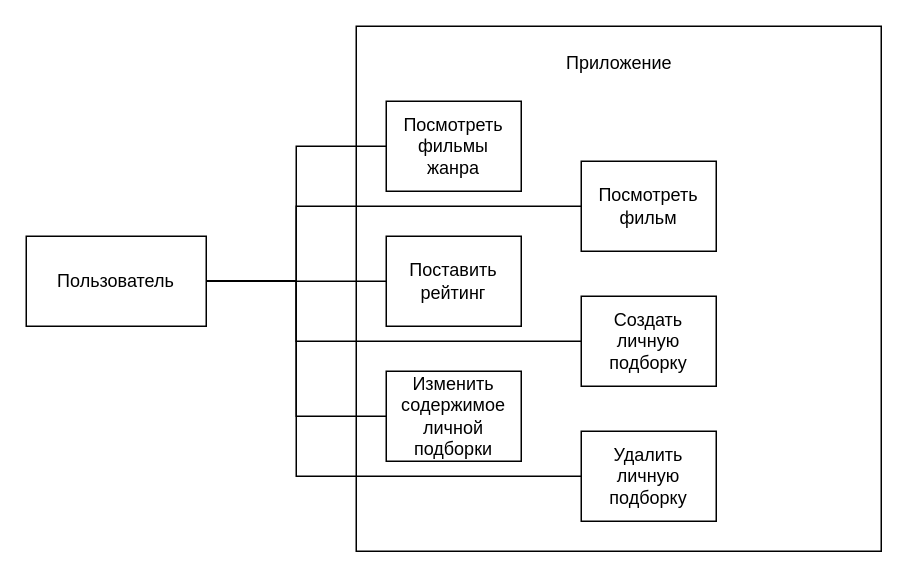
Earlier version of the draw.io diagram lab01/diagrams/usecase.drawio (kalashkovpaul/bmstu-sd). Source tidied: cells renumbered, new cells numbered last; positions are measured from the earlier drawing's top-left corner, leaving out a move shared by most shapes. Both pictures are drawn from the tidied source at 150%, with x=0, y=0 at pixel (26, 26).
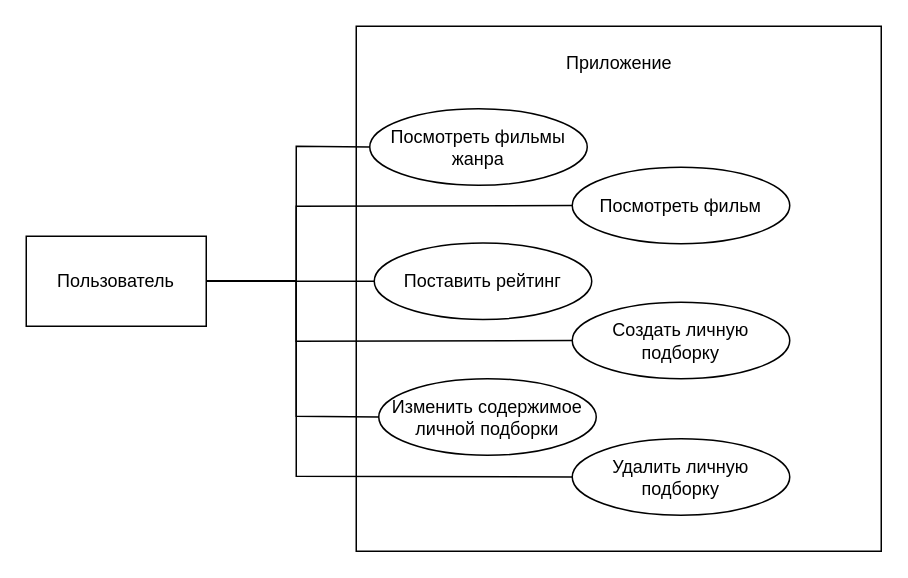
The same page after the edit.

Diff of the diagram source:
```diff
@@
-    <mxCell id="11" value="Посмотреть фильмы&lt;br&gt;жанра" style="whiteSpace=wrap;html=1;" parent="1" vertex="1">
-      <mxGeometry x="240" y="50" width="90" height="60" as="geometry" />
+    <mxCell id="11" value="Посмотреть фильмы жанра" style="ellipse;whiteSpace=wrap;html=1;" parent="1" vertex="1">
+      <mxGeometry x="229" y="55" width="145" height="51" as="geometry" />
     </mxCell>
-    <mxCell id="12" value="Посмотреть&lt;br&gt;фильм" style="whiteSpace=wrap;html=1;" parent="1" vertex="1">
-      <mxGeometry x="370" y="90" width="90" height="60" as="geometry" />
+    <mxCell id="12" value="Посмотреть фильм" style="ellipse;whiteSpace=wrap;html=1;" parent="1" vertex="1">
+      <mxGeometry x="364" y="94" width="145" height="51" as="geometry" />
     </mxCell>
-    <mxCell id="13" value="Поставить рейтинг" style="whiteSpace=wrap;html=1;" parent="1" vertex="1">
-      <mxGeometry x="240" y="140" width="90" height="60" as="geometry" />
+    <mxCell id="13" value="Поставить рейтинг" style="ellipse;whiteSpace=wrap;html=1;" parent="1" vertex="1">
+      <mxGeometry x="232" y="144.5" width="145" height="51" as="geometry" />
     </mxCell>
-    <mxCell id="14" value="Создать личную подборку" style="whiteSpace=wrap;html=1;" parent="1" vertex="1">
-      <mxGeometry x="370" y="180" width="90" height="60" as="geometry" />
+    <mxCell id="14" value="Создать личную подборку" style="ellipse;whiteSpace=wrap;html=1;" parent="1" vertex="1">
+      <mxGeometry x="364" y="184" width="145" height="51" as="geometry" />
     </mxCell>
-    <mxCell id="15" value="Изменить содержимое&lt;br&gt;личной&lt;br&gt;подборки" style="whiteSpace=wrap;html=1;" parent="1" vertex="1">
-      <mxGeometry x="240" y="230" width="90" height="60" as="geometry" />
+    <mxCell id="15" value="Изменить содержимое личной подборки" style="ellipse;whiteSpace=wrap;html=1;" parent="1" vertex="1">
+      <mxGeometry x="235" y="235" width="145" height="51" as="geometry" />
     </mxCell>
-    <mxCell id="16" value="Удалить&lt;br&gt;личную подборку" style="whiteSpace=wrap;html=1;" parent="1" vertex="1">
-      <mxGeometry x="370" y="270" width="90" height="60" as="geometry" />
+    <mxCell id="16" value="Удалить личную подборку" style="ellipse;whiteSpace=wrap;html=1;" parent="1" vertex="1">
+      <mxGeometry x="364" y="275" width="145" height="51" as="geometry" />
     </mxCell>
```
